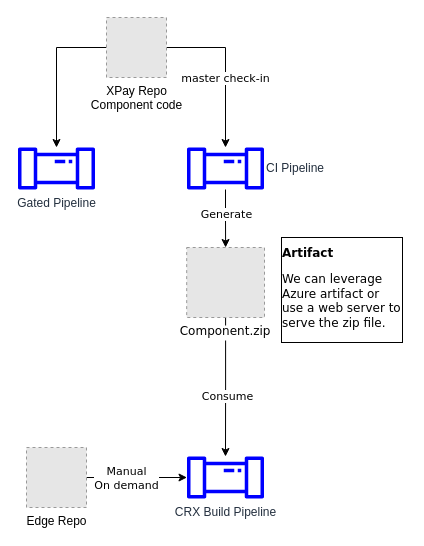
Above: page "Overall" (1 of 2) of Untitled Diagram.drawio in lancelodliu/draw.io (draw.io), before the change. Source tidied: cells renumbered, new cells numbered last; positions are measured from the earlier drawing's top-left corner, leaving out a move shared by most shapes. Both pictures are drawn from the tidied source at 100%, with x=0, y=0 at pixel (17, 17). Pictures stored in the file or linked from it are replaced by grey dashed boxes.
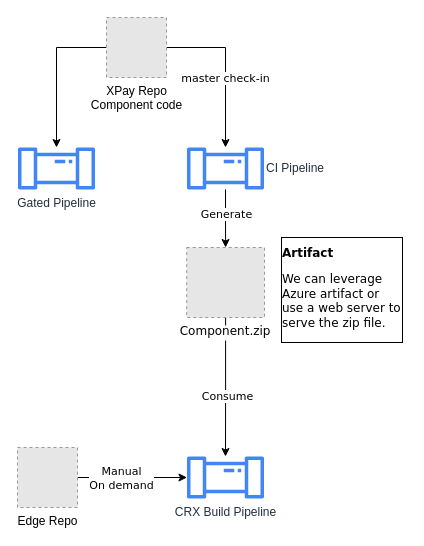
Above is the later version.

The edit, as a diff of the source:
```diff
@@
 <mxGraphModel>
   <root>
     <mxCell id="0" />
     <mxCell id="1" parent="0" />
     <mxCell id="2" style="edgeStyle=orthogonalEdgeStyle;rounded=0;jettySize=auto;html=1;entryX=0.5;entryY=0;entryDx=0;entryDy=0;fontFamily=Verdana;" parent="1" edge="1" source="4" target="12">
       <mxGeometry relative="1" as="geometry" />
     </mxCell>
     <mxCell id="3" value="Generate" style="edgeLabel;html=1;align=center;verticalAlign=middle;fontFamily=Verdana;" parent="2" vertex="1">
       <mxGeometry x="-0.18" relative="1" as="geometry" />
     </mxCell>
-    <mxCell id="4" value="CI Pipeline" style="sketch=0;outlineConnect=0;fontColor=#232F3E;gradientColor=none;fillColor=#0000FF;strokeColor=none;dashed=0;verticalLabelPosition=middle;verticalAlign=middle;align=left;html=1;fontSize=12;fontStyle=0;shape=mxgraph.aws4.iot_analytics_pipeline;labelPosition=right;" parent="1" vertex="1">
+    <mxCell id="4" value="CI Pipeline" style="sketch=0;outlineConnect=0;fontColor=#232F3E;gradientColor=none;fillColor=#4285F4;strokeColor=none;dashed=0;verticalLabelPosition=middle;verticalAlign=middle;align=left;html=1;fontSize=12;fontStyle=0;shape=mxgraph.aws4.iot_analytics_pipeline;labelPosition=right;" parent="1" vertex="1">
       <mxGeometry x="169" y="130" width="78" height="42" as="geometry" />
     </mxCell>
     <mxCell id="5" style="edgeStyle=orthogonalEdgeStyle;rounded=0;jettySize=auto;html=1;exitX=1;exitY=0.5;exitDx=0;exitDy=0;" parent="1" edge="1" source="8" target="4">
       <mxGeometry relative="1" as="geometry" />
     </mxCell>
     <mxCell id="6" value="master check-in" style="edgeLabel;html=1;align=center;verticalAlign=middle;fontFamily=Verdana;" parent="5" vertex="1">
       <mxGeometry x="0.12" y="-1" relative="1" as="geometry" />
     </mxCell>
     <mxCell id="7" style="edgeStyle=orthogonalEdgeStyle;rounded=0;jettySize=auto;html=1;exitX=0;exitY=0.5;exitDx=0;exitDy=0;fontFamily=Verdana;" parent="1" edge="1" source="8" target="9">
       <mxGeometry relative="1" as="geometry" />
     </mxCell>
     <mxCell id="8" value="XPay Repo&lt;br&gt;Component code" style="fillColor=#E6E6E6;strokeColor=#999999;dashed=1;html=1;verticalAlign=top;verticalLabelPosition=bottom;labelBackgroundColor=#ffffff;" parent="1" vertex="1">
       <mxGeometry x="89" width="60" height="60" as="geometry" />
     </mxCell>
-    <mxCell id="9" value="Gated Pipeline" style="sketch=0;outlineConnect=0;fontColor=#232F3E;gradientColor=none;fillColor=#0000FF;strokeColor=none;dashed=0;verticalLabelPosition=bottom;verticalAlign=top;align=center;html=1;fontSize=12;fontStyle=0;shape=mxgraph.aws4.iot_analytics_pipeline;" parent="1" vertex="1">
+    <mxCell id="9" value="Gated Pipeline" style="sketch=0;outlineConnect=0;fontColor=#232F3E;gradientColor=none;fillColor=#4285F4;strokeColor=none;dashed=0;verticalLabelPosition=bottom;verticalAlign=top;align=center;html=1;fontSize=12;fontStyle=0;shape=mxgraph.aws4.iot_analytics_pipeline;" parent="1" vertex="1">
       <mxGeometry y="130" width="78" height="42" as="geometry" />
     </mxCell>
     <mxCell id="10" style="edgeStyle=orthogonalEdgeStyle;rounded=0;jettySize=auto;html=1;exitX=0.5;exitY=1;exitDx=0;exitDy=0;fontFamily=Verdana;" parent="1" edge="1" source="12" target="16">
       <mxGeometry relative="1" as="geometry" />
     </mxCell>
     <mxCell id="11" value="Consume" style="edgeLabel;html=1;align=center;verticalAlign=middle;fontFamily=Verdana;" parent="10" vertex="1">
       <mxGeometry x="0.13" y="1" relative="1" as="geometry" />
     </mxCell>
     <mxCell id="12" value="Component.zip" style="fillColor=#E6E6E6;strokeColor=#999999;dashed=1;verticalLabelPosition=bottom;labelBackgroundColor=#ffffff;verticalAlign=top;fontFamily=Verdana;" parent="1" vertex="1">
       <mxGeometry x="169.2" y="230" width="77.8" height="70" as="geometry" />
     </mxCell>
     <mxCell id="13" style="edgeStyle=orthogonalEdgeStyle;rounded=0;jettySize=auto;html=1;exitX=1;exitY=0.5;exitDx=0;exitDy=0;fontFamily=Verdana;" parent="1" edge="1" source="15" target="16">
       <mxGeometry relative="1" as="geometry" />
     </mxCell>
     <mxCell id="14" value="Manual&lt;br&gt;On demand" style="edgeLabel;html=1;align=center;verticalAlign=middle;fontFamily=Verdana;" parent="13" vertex="1">
       <mxGeometry x="-0.22" relative="1" as="geometry" />
     </mxCell>
     <mxCell id="15" value="Edge Repo" style="fillColor=#E6E6E6;strokeColor=#999999;dashed=1;html=1;verticalAlign=top;verticalLabelPosition=bottom;labelBackgroundColor=#ffffff;" parent="1" vertex="1">
-      <mxGeometry x="9" y="430" width="60" height="60" as="geometry" />
+      <mxGeometry y="430" width="60" height="60" as="geometry" />
     </mxCell>
-    <mxCell id="16" value="CRX Build Pipeline" style="sketch=0;outlineConnect=0;fontColor=#232F3E;gradientColor=none;fillColor=#0000FF;strokeColor=none;dashed=0;verticalLabelPosition=bottom;verticalAlign=top;align=center;html=1;fontSize=12;fontStyle=0;shape=mxgraph.aws4.iot_analytics_pipeline;" parent="1" vertex="1">
+    <mxCell id="16" value="CRX Build Pipeline" style="sketch=0;outlineConnect=0;fontColor=#232F3E;gradientColor=none;fillColor=#4285F4;strokeColor=none;dashed=0;verticalLabelPosition=bottom;verticalAlign=top;align=center;html=1;fontSize=12;fontStyle=0;shape=mxgraph.aws4.iot_analytics_pipeline;" parent="1" vertex="1">
       <mxGeometry x="169" y="439" width="78" height="42" as="geometry" />
     </mxCell>
     <mxCell id="17" value="&lt;h1 style=&quot;font-size: 12px;&quot;&gt;Artifact&lt;/h1&gt;&lt;p style=&quot;font-size: 12px;&quot;&gt;We can leverage Azure artifact or use a web server to serve the zip file.&lt;/p&gt;" style="text;html=1;strokeColor=none;fillColor=none;spacing=5;spacingTop=-20;whiteSpace=wrap;overflow=hidden;rounded=0;fontFamily=Verdana;fontSize=12;labelBorderColor=default;spacingBottom=0;" parent="1" vertex="1">
       <mxGeometry x="259" y="230" width="130" height="100" as="geometry" />
     </mxCell>
   </root>
 </mxGraphModel>
```
